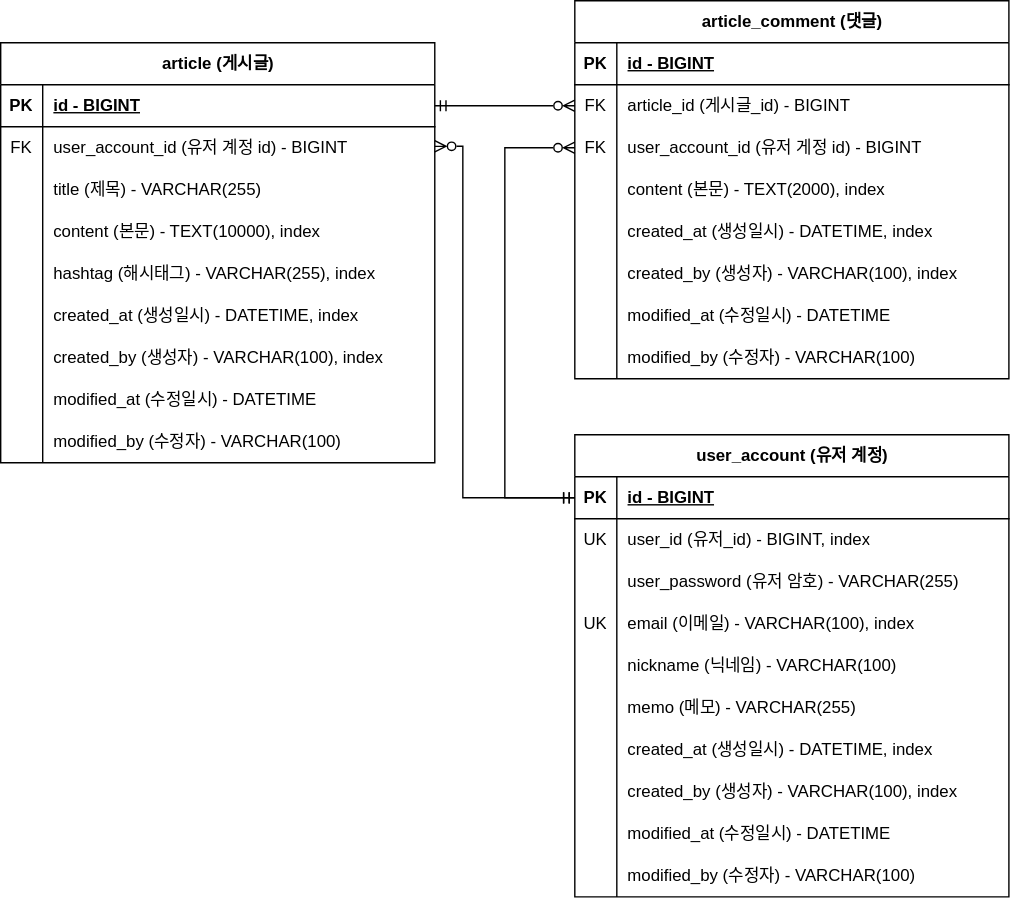
Earlier version of the draw.io export document/erd.svg (arrilab/practice-board). Source tidied: cells renumbered, new cells last; positions are measured from the earlier drawing's top-left corner, leaving out a move shared by most shapes.
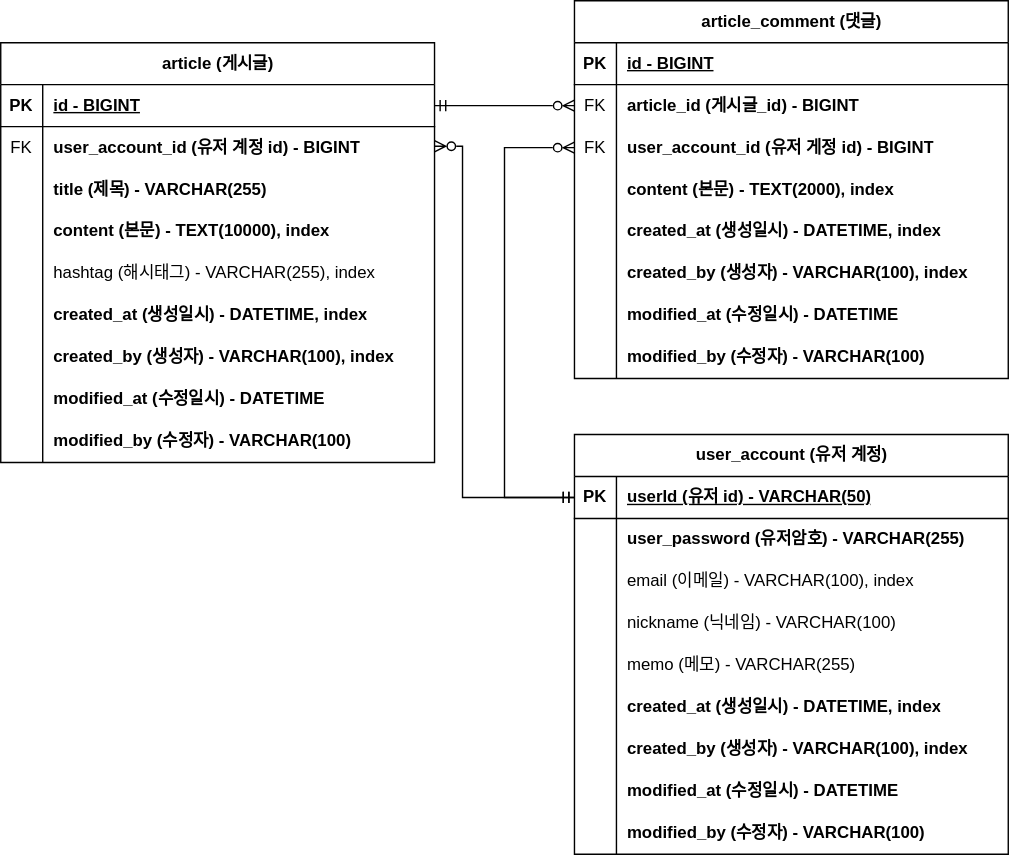
The same diagram one commit later.

Commit message:
feat: ERD 변경 - 회원 계정의 userId를 PK로 변경 (#73)

회원 계정 기존 `id` 를 삭제하고 `user_id`를 pk로 변경하는 그림 적용

Change to the diagram source:
```diff
@@ -22,3 +22,3 @@
     </mxCell>
-    <mxCell id="8" value="user_account_id (유저 계정 id) - BIGINT" style="shape=partialRectangle;fillColor=none;top=0;left=0;bottom=0;right=0;align=left;spacingLeft=6;overflow=hidden;whiteSpace=wrap;html=1;strokeColor=default;noLabel=0;" parent="6" vertex="1">
+    <mxCell id="8" value="&lt;b&gt;user_account_id (유저 계정 id) - BIGINT&lt;/b&gt;" style="shape=partialRectangle;fillColor=none;top=0;left=0;bottom=0;right=0;align=left;spacingLeft=6;overflow=hidden;whiteSpace=wrap;html=1;strokeColor=default;noLabel=0;" parent="6" vertex="1">
       <mxGeometry x="30" width="280" height="30" as="geometry" />
@@ -31,3 +31,3 @@
     </mxCell>
-    <mxCell id="11" value="title (제목) - VARCHAR(255)" style="shape=partialRectangle;fillColor=none;top=0;left=0;bottom=0;right=0;align=left;spacingLeft=6;overflow=hidden;whiteSpace=wrap;html=1;strokeColor=default;noLabel=0;" parent="9" vertex="1">
+    <mxCell id="11" value="&lt;b&gt;title (제목) - VARCHAR(255)&lt;/b&gt;" style="shape=partialRectangle;fillColor=none;top=0;left=0;bottom=0;right=0;align=left;spacingLeft=6;overflow=hidden;whiteSpace=wrap;html=1;strokeColor=default;noLabel=0;" parent="9" vertex="1">
       <mxGeometry x="30" width="280" height="30" as="geometry" />
@@ -40,3 +40,3 @@
     </mxCell>
-    <mxCell id="14" value="content (본문) - TEXT(10000), index" style="shape=partialRectangle;fillColor=none;top=0;left=0;bottom=0;right=0;align=left;spacingLeft=6;overflow=hidden;whiteSpace=wrap;html=1;" parent="12" vertex="1">
+    <mxCell id="14" value="&lt;b&gt;content (본문) - TEXT(10000), index&lt;/b&gt;" style="shape=partialRectangle;fillColor=none;top=0;left=0;bottom=0;right=0;align=left;spacingLeft=6;overflow=hidden;whiteSpace=wrap;html=1;" parent="12" vertex="1">
       <mxGeometry x="30" width="280" height="30" as="geometry" />
@@ -52,3 +52,3 @@
     </mxCell>
-    <mxCell id="18" style="shape=tableRow;horizontal=0;startSize=0;swimlaneHead=0;swimlaneBody=0;fillColor=none;top=0;left=0;right=0;bottom=0;" parent="2" vertex="1">
+    <mxCell id="18" style="shape=tableRow;horizontal=0;startSize=0;swimlaneHead=0;swimlaneBody=0;fillColor=none;top=0;left=0;right=0;bottom=0;fontStyle=1;" parent="2" vertex="1">
       <mxGeometry y="180" width="310" height="30" as="geometry" />
@@ -58,3 +58,3 @@
     </mxCell>
-    <mxCell id="20" value="created_at (생성일시) - DATETIME, index" style="shape=partialRectangle;fillColor=none;top=0;left=0;bottom=0;right=0;align=left;spacingLeft=6;overflow=hidden;whiteSpace=wrap;html=1;" parent="18" vertex="1">
+    <mxCell id="20" value="&lt;b&gt;created_at (생성일시) - DATETIME, index&lt;/b&gt;" style="shape=partialRectangle;fillColor=none;top=0;left=0;bottom=0;right=0;align=left;spacingLeft=6;overflow=hidden;whiteSpace=wrap;html=1;" parent="18" vertex="1">
       <mxGeometry x="30" width="280" height="30" as="geometry" />
@@ -67,6 +67,6 @@
     </mxCell>
-    <mxCell id="23" value="created_by (생성자) - VARCHAR(100), index" style="shape=partialRectangle;fillColor=none;top=0;left=0;bottom=0;right=0;align=left;spacingLeft=6;overflow=hidden;whiteSpace=wrap;html=1;" parent="21" vertex="1">
+    <mxCell id="23" value="&lt;b&gt;created_by (생성자) - VARCHAR(100), index&lt;/b&gt;" style="shape=partialRectangle;fillColor=none;top=0;left=0;bottom=0;right=0;align=left;spacingLeft=6;overflow=hidden;whiteSpace=wrap;html=1;" parent="21" vertex="1">
       <mxGeometry x="30" width="280" height="30" as="geometry" />
     </mxCell>
-    <mxCell id="24" style="shape=tableRow;horizontal=0;startSize=0;swimlaneHead=0;swimlaneBody=0;fillColor=none;top=0;left=0;right=0;bottom=0;" parent="2" vertex="1">
+    <mxCell id="24" style="shape=tableRow;horizontal=0;startSize=0;swimlaneHead=0;swimlaneBody=0;fillColor=none;top=0;left=0;right=0;bottom=0;fontStyle=1;" parent="2" vertex="1">
       <mxGeometry y="240" width="310" height="30" as="geometry" />
@@ -76,3 +76,3 @@
     </mxCell>
-    <mxCell id="26" value="modified_at (수정일시) - DATETIME" style="shape=partialRectangle;fillColor=none;top=0;left=0;bottom=0;right=0;align=left;spacingLeft=6;overflow=hidden;whiteSpace=wrap;html=1;" parent="24" vertex="1">
+    <mxCell id="26" value="&lt;b&gt;modified_at (수정일시) - DATETIME&lt;/b&gt;" style="shape=partialRectangle;fillColor=none;top=0;left=0;bottom=0;right=0;align=left;spacingLeft=6;overflow=hidden;whiteSpace=wrap;html=1;" parent="24" vertex="1">
       <mxGeometry x="30" width="280" height="30" as="geometry" />
@@ -85,3 +85,3 @@
     </mxCell>
-    <mxCell id="29" value="modified_by (수정자) - VARCHAR(100)" style="shape=partialRectangle;fillColor=none;top=0;left=0;bottom=0;right=0;align=left;spacingLeft=6;overflow=hidden;whiteSpace=wrap;html=1;" parent="27" vertex="1">
+    <mxCell id="29" value="&lt;b&gt;modified_by (수정자) - VARCHAR(100)&lt;/b&gt;" style="shape=partialRectangle;fillColor=none;top=0;left=0;bottom=0;right=0;align=left;spacingLeft=6;overflow=hidden;whiteSpace=wrap;html=1;" parent="27" vertex="1">
       <mxGeometry x="30" width="280" height="30" as="geometry" />
@@ -106,3 +106,3 @@
     </mxCell>
-    <mxCell id="36" value="article_id (게시글_id) - BIGINT" style="shape=partialRectangle;fillColor=none;top=0;left=0;bottom=0;right=0;align=left;spacingLeft=6;overflow=hidden;whiteSpace=wrap;html=1;strokeColor=default;noLabel=0;" parent="34" vertex="1">
+    <mxCell id="36" value="&lt;b&gt;article_id (게시글_id) - BIGINT&lt;/b&gt;" style="shape=partialRectangle;fillColor=none;top=0;left=0;bottom=0;right=0;align=left;spacingLeft=6;overflow=hidden;whiteSpace=wrap;html=1;strokeColor=default;noLabel=0;" parent="34" vertex="1">
       <mxGeometry x="30" width="280" height="30" as="geometry" />
@@ -115,3 +115,3 @@
     </mxCell>
-    <mxCell id="39" value="user_account_id (유저 게정 id) - BIGINT" style="shape=partialRectangle;fillColor=none;top=0;left=0;bottom=0;right=0;align=left;spacingLeft=6;overflow=hidden;whiteSpace=wrap;html=1;strokeColor=default;noLabel=0;" parent="37" vertex="1">
+    <mxCell id="39" value="&lt;b&gt;user_account_id (유저 게정 id) - BIGINT&lt;/b&gt;" style="shape=partialRectangle;fillColor=none;top=0;left=0;bottom=0;right=0;align=left;spacingLeft=6;overflow=hidden;whiteSpace=wrap;html=1;strokeColor=default;noLabel=0;" parent="37" vertex="1">
       <mxGeometry x="30" width="280" height="30" as="geometry" />
@@ -124,3 +124,3 @@
     </mxCell>
-    <mxCell id="42" value="content (본문) - TEXT(2000), index" style="shape=partialRectangle;fillColor=none;top=0;left=0;bottom=0;right=0;align=left;spacingLeft=6;overflow=hidden;whiteSpace=wrap;html=1;" parent="40" vertex="1">
+    <mxCell id="42" value="&lt;b&gt;content (본문) - TEXT(2000), index&lt;/b&gt;" style="shape=partialRectangle;fillColor=none;top=0;left=0;bottom=0;right=0;align=left;spacingLeft=6;overflow=hidden;whiteSpace=wrap;html=1;" parent="40" vertex="1">
       <mxGeometry x="30" width="280" height="30" as="geometry" />
@@ -133,3 +133,3 @@
     </mxCell>
-    <mxCell id="45" value="created_at (생성일시) - DATETIME, index" style="shape=partialRectangle;fillColor=none;top=0;left=0;bottom=0;right=0;align=left;spacingLeft=6;overflow=hidden;whiteSpace=wrap;html=1;" parent="43" vertex="1">
+    <mxCell id="45" value="&lt;b&gt;created_at (생성일시) - DATETIME, index&lt;/b&gt;" style="shape=partialRectangle;fillColor=none;top=0;left=0;bottom=0;right=0;align=left;spacingLeft=6;overflow=hidden;whiteSpace=wrap;html=1;" parent="43" vertex="1">
       <mxGeometry x="30" width="280" height="30" as="geometry" />
@@ -142,3 +142,3 @@
     </mxCell>
-    <mxCell id="48" value="created_by (생성자) - VARCHAR(100), index" style="shape=partialRectangle;fillColor=none;top=0;left=0;bottom=0;right=0;align=left;spacingLeft=6;overflow=hidden;whiteSpace=wrap;html=1;" parent="46" vertex="1">
+    <mxCell id="48" value="&lt;b&gt;created_by (생성자) - VARCHAR(100), index&lt;/b&gt;" style="shape=partialRectangle;fillColor=none;top=0;left=0;bottom=0;right=0;align=left;spacingLeft=6;overflow=hidden;whiteSpace=wrap;html=1;" parent="46" vertex="1">
       <mxGeometry x="30" width="280" height="30" as="geometry" />
@@ -151,3 +151,3 @@
     </mxCell>
-    <mxCell id="51" value="modified_at (수정일시) - DATETIME" style="shape=partialRectangle;fillColor=none;top=0;left=0;bottom=0;right=0;align=left;spacingLeft=6;overflow=hidden;whiteSpace=wrap;html=1;" parent="49" vertex="1">
+    <mxCell id="51" value="&lt;b&gt;modified_at (수정일시) - DATETIME&lt;/b&gt;" style="shape=partialRectangle;fillColor=none;top=0;left=0;bottom=0;right=0;align=left;spacingLeft=6;overflow=hidden;whiteSpace=wrap;html=1;" parent="49" vertex="1">
       <mxGeometry x="30" width="280" height="30" as="geometry" />
@@ -160,3 +160,3 @@
     </mxCell>
-    <mxCell id="54" value="modified_by (수정자) - VARCHAR(100)" style="shape=partialRectangle;fillColor=none;top=0;left=0;bottom=0;right=0;align=left;spacingLeft=6;overflow=hidden;whiteSpace=wrap;html=1;" parent="52" vertex="1">
+    <mxCell id="54" value="&lt;b&gt;modified_by (수정자) - VARCHAR(100)&lt;/b&gt;" style="shape=partialRectangle;fillColor=none;top=0;left=0;bottom=0;right=0;align=left;spacingLeft=6;overflow=hidden;whiteSpace=wrap;html=1;" parent="52" vertex="1">
       <mxGeometry x="30" width="280" height="30" as="geometry" />
@@ -167,3 +167,3 @@
     <mxCell id="56" value="user_account (유저 계정)" style="shape=table;startSize=30;rowLines=0;fontStyle=1;align=center;html=1;" parent="1" vertex="1">
-      <mxGeometry x="410" y="310" width="310" height="330" as="geometry" />
+      <mxGeometry x="410" y="310" width="310" height="300" as="geometry" />
     </mxCell>
@@ -175,16 +175,7 @@
     </mxCell>
-    <mxCell id="59" value="id -&amp;nbsp;BIGINT" style="shape=partialRectangle;fillColor=none;top=0;left=0;bottom=0;right=0;align=left;spacingLeft=6;fontStyle=5;overflow=hidden;whiteSpace=wrap;html=1;" parent="57" vertex="1">
+    <mxCell id="59" value="userId (유저 id) - VARCHAR(50)" style="shape=partialRectangle;fillColor=none;top=0;left=0;bottom=0;right=0;align=left;spacingLeft=6;fontStyle=5;overflow=hidden;whiteSpace=wrap;html=1;" parent="57" vertex="1">
       <mxGeometry x="30" width="280" height="30" as="geometry" />
     </mxCell>
-    <mxCell id="60" style="shape=tableRow;horizontal=0;startSize=0;swimlaneHead=0;swimlaneBody=0;fillColor=none;top=0;left=0;right=0;bottom=0;" parent="56" vertex="1">
-      <mxGeometry y="60" width="310" height="30" as="geometry" />
-    </mxCell>
-    <mxCell id="61" value="UK" style="shape=partialRectangle;fillColor=none;top=0;left=0;bottom=0;right=0;overflow=hidden;whiteSpace=wrap;html=1;" parent="60" vertex="1">
-      <mxGeometry width="30" height="30" as="geometry" />
-    </mxCell>
-    <mxCell id="62" value="user_id (유저_id) - BIGINT, index" style="shape=partialRectangle;fillColor=none;top=0;left=0;bottom=0;right=0;align=left;spacingLeft=6;overflow=hidden;whiteSpace=wrap;html=1;strokeColor=default;noLabel=0;" parent="60" vertex="1">
-      <mxGeometry x="30" width="280" height="30" as="geometry" />
-    </mxCell>
     <mxCell id="63" style="shape=tableRow;horizontal=0;startSize=0;swimlaneHead=0;swimlaneBody=0;fillColor=none;top=0;left=0;right=0;bottom=0;" parent="56" vertex="1">
-      <mxGeometry y="90" width="310" height="30" as="geometry" />
+      <mxGeometry y="60" width="310" height="30" as="geometry" />
     </mxCell>
@@ -193,3 +184,3 @@
     </mxCell>
-    <mxCell id="65" value="user_password (유저 암호) - VARCHAR(255)" style="shape=partialRectangle;fillColor=none;top=0;left=0;bottom=0;right=0;align=left;spacingLeft=6;overflow=hidden;whiteSpace=wrap;html=1;" parent="63" vertex="1">
+    <mxCell id="65" value="user_password (유저암호) - VARCHAR(255)" style="shape=partialRectangle;fillColor=none;top=0;left=0;bottom=0;right=0;align=left;spacingLeft=6;overflow=hidden;whiteSpace=wrap;html=1;fontStyle=1;" parent="63" vertex="1">
       <mxGeometry x="30" width="280" height="30" as="geometry" />
@@ -197,5 +188,5 @@
     <mxCell id="66" style="shape=tableRow;horizontal=0;startSize=0;swimlaneHead=0;swimlaneBody=0;fillColor=none;top=0;left=0;right=0;bottom=0;" parent="56" vertex="1">
-      <mxGeometry y="120" width="310" height="30" as="geometry" />
+      <mxGeometry y="90" width="310" height="30" as="geometry" />
     </mxCell>
-    <mxCell id="67" value="UK" style="shape=partialRectangle;fillColor=none;top=0;left=0;bottom=0;right=0;overflow=hidden;whiteSpace=wrap;html=1;" parent="66" vertex="1">
+    <mxCell id="67" style="shape=partialRectangle;fillColor=none;top=0;left=0;bottom=0;right=0;overflow=hidden;whiteSpace=wrap;html=1;" parent="66" vertex="1">
       <mxGeometry width="30" height="30" as="geometry" />
@@ -206,3 +197,3 @@
     <mxCell id="69" style="shape=tableRow;horizontal=0;startSize=0;swimlaneHead=0;swimlaneBody=0;fillColor=none;top=0;left=0;right=0;bottom=0;" parent="56" vertex="1">
-      <mxGeometry y="150" width="310" height="30" as="geometry" />
+      <mxGeometry y="120" width="310" height="30" as="geometry" />
     </mxCell>
@@ -215,3 +206,3 @@
     <mxCell id="72" style="shape=tableRow;horizontal=0;startSize=0;swimlaneHead=0;swimlaneBody=0;fillColor=none;top=0;left=0;right=0;bottom=0;" parent="56" vertex="1">
-      <mxGeometry y="180" width="310" height="30" as="geometry" />
+      <mxGeometry y="150" width="310" height="30" as="geometry" />
     </mxCell>
@@ -224,3 +215,3 @@
     <mxCell id="75" style="shape=tableRow;horizontal=0;startSize=0;swimlaneHead=0;swimlaneBody=0;fillColor=none;top=0;left=0;right=0;bottom=0;" parent="56" vertex="1">
-      <mxGeometry y="210" width="310" height="30" as="geometry" />
+      <mxGeometry y="180" width="310" height="30" as="geometry" />
     </mxCell>
@@ -229,7 +220,7 @@
     </mxCell>
-    <mxCell id="77" value="created_at (생성일시) - DATETIME, index" style="shape=partialRectangle;fillColor=none;top=0;left=0;bottom=0;right=0;align=left;spacingLeft=6;overflow=hidden;whiteSpace=wrap;html=1;" parent="75" vertex="1">
+    <mxCell id="77" value="&lt;b&gt;created_at (생성일시) - DATETIME, index&lt;/b&gt;" style="shape=partialRectangle;fillColor=none;top=0;left=0;bottom=0;right=0;align=left;spacingLeft=6;overflow=hidden;whiteSpace=wrap;html=1;" parent="75" vertex="1">
       <mxGeometry x="30" width="280" height="30" as="geometry" />
     </mxCell>
-    <mxCell id="78" style="shape=tableRow;horizontal=0;startSize=0;swimlaneHead=0;swimlaneBody=0;fillColor=none;top=0;left=0;right=0;bottom=0;" parent="56" vertex="1">
-      <mxGeometry y="240" width="310" height="30" as="geometry" />
+    <mxCell id="78" style="shape=tableRow;horizontal=0;startSize=0;swimlaneHead=0;swimlaneBody=0;fillColor=none;top=0;left=0;right=0;bottom=0;fontStyle=1;" parent="56" vertex="1">
+      <mxGeometry y="210" width="310" height="30" as="geometry" />
     </mxCell>
@@ -238,3 +229,3 @@
     </mxCell>
-    <mxCell id="80" value="created_by (생성자) - VARCHAR(100), index" style="shape=partialRectangle;fillColor=none;top=0;left=0;bottom=0;right=0;align=left;spacingLeft=6;overflow=hidden;whiteSpace=wrap;html=1;" parent="78" vertex="1">
+    <mxCell id="80" value="&lt;b&gt;created_by (생성자) - VARCHAR(100), index&lt;/b&gt;" style="shape=partialRectangle;fillColor=none;top=0;left=0;bottom=0;right=0;align=left;spacingLeft=6;overflow=hidden;whiteSpace=wrap;html=1;" parent="78" vertex="1">
       <mxGeometry x="30" width="280" height="30" as="geometry" />
@@ -242,3 +233,3 @@
     <mxCell id="81" style="shape=tableRow;horizontal=0;startSize=0;swimlaneHead=0;swimlaneBody=0;fillColor=none;top=0;left=0;right=0;bottom=0;" parent="56" vertex="1">
-      <mxGeometry y="270" width="310" height="30" as="geometry" />
+      <mxGeometry y="240" width="310" height="30" as="geometry" />
     </mxCell>
@@ -247,3 +238,3 @@
     </mxCell>
-    <mxCell id="83" value="modified_at (수정일시) - DATETIME" style="shape=partialRectangle;fillColor=none;top=0;left=0;bottom=0;right=0;align=left;spacingLeft=6;overflow=hidden;whiteSpace=wrap;html=1;" parent="81" vertex="1">
+    <mxCell id="83" value="&lt;b&gt;modified_at (수정일시) - DATETIME&lt;/b&gt;" style="shape=partialRectangle;fillColor=none;top=0;left=0;bottom=0;right=0;align=left;spacingLeft=6;overflow=hidden;whiteSpace=wrap;html=1;" parent="81" vertex="1">
       <mxGeometry x="30" width="280" height="30" as="geometry" />
@@ -251,3 +242,3 @@
     <mxCell id="84" style="shape=tableRow;horizontal=0;startSize=0;swimlaneHead=0;swimlaneBody=0;fillColor=none;top=0;left=0;right=0;bottom=0;" parent="56" vertex="1">
-      <mxGeometry y="300" width="310" height="30" as="geometry" />
+      <mxGeometry y="270" width="310" height="30" as="geometry" />
     </mxCell>
@@ -256,3 +247,3 @@
     </mxCell>
-    <mxCell id="86" value="modified_by (수정자) - VARCHAR(100)" style="shape=partialRectangle;fillColor=none;top=0;left=0;bottom=0;right=0;align=left;spacingLeft=6;overflow=hidden;whiteSpace=wrap;html=1;" parent="84" vertex="1">
+    <mxCell id="86" value="&lt;b&gt;modified_by (수정자) - VARCHAR(100)&lt;/b&gt;" style="shape=partialRectangle;fillColor=none;top=0;left=0;bottom=0;right=0;align=left;spacingLeft=6;overflow=hidden;whiteSpace=wrap;html=1;" parent="84" vertex="1">
       <mxGeometry x="30" width="280" height="30" as="geometry" />
```
